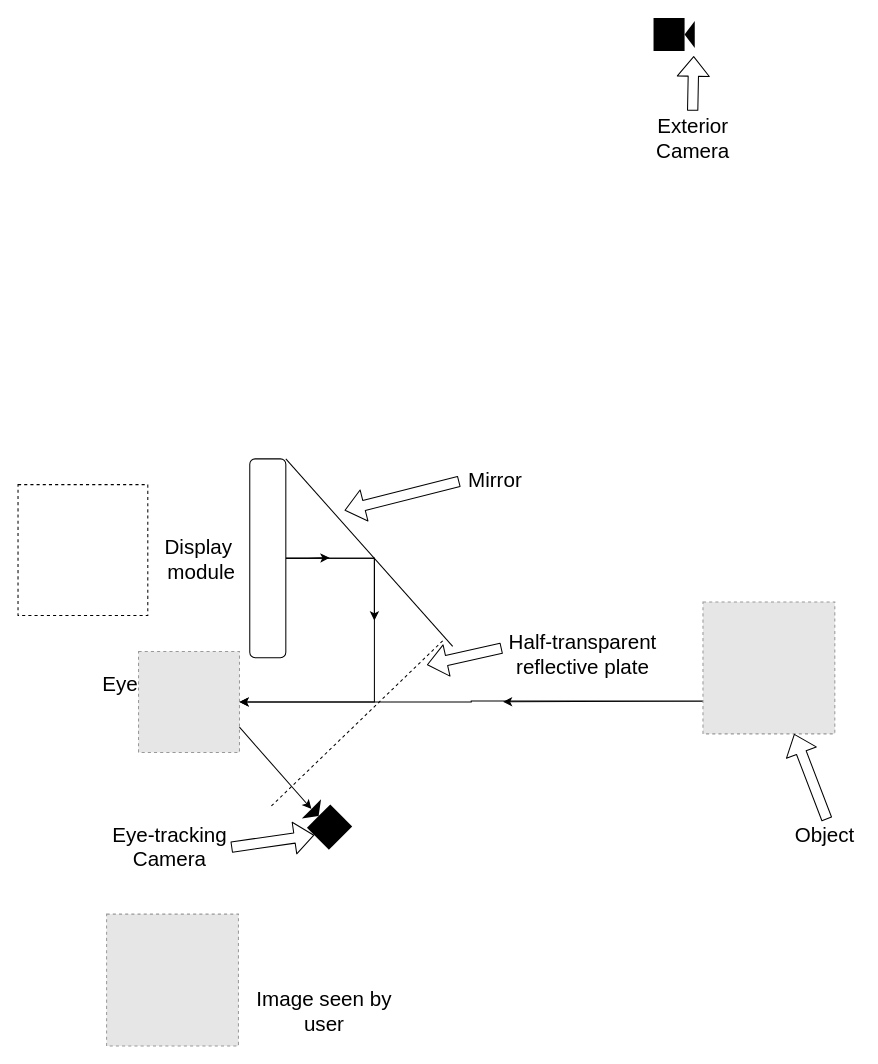
Above: capstone_design.drawio in Dawei-S/Da (draw.io), before the change. Source tidied: cells renumbered, new cells numbered last; positions are measured from the earlier drawing's top-left corner, leaving out a move shared by most shapes. Both pictures are drawn from the tidied source at 103%, with x=0, y=0 at pixel (18, 18). Pictures stored in the file or linked from it are replaced by grey dashed boxes.
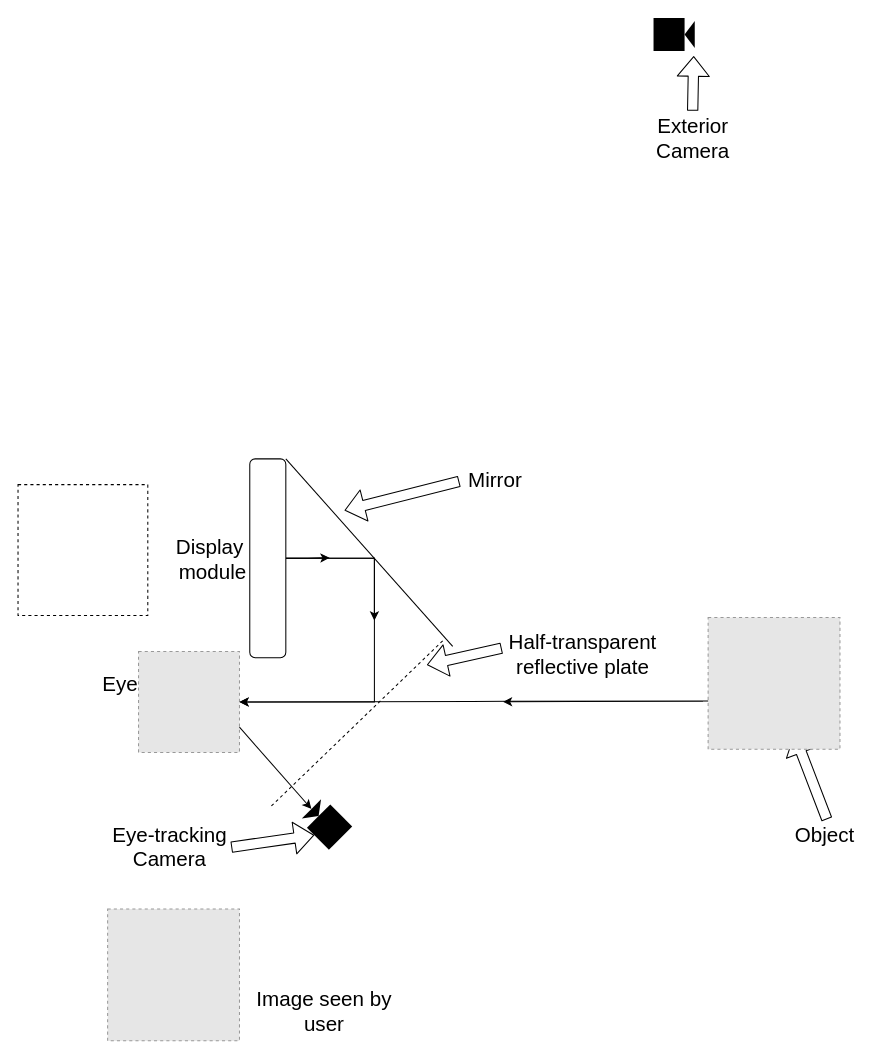
Above is the later version.

Unchanged cells that the change refers to:
```xml
<mxCell id="2" style="fillColor=#E6E6E6;strokeColor=#999999;dashed=1;html=1;verticalAlign=top;verticalLabelPosition=bottom;labelBackgroundColor=#ffffff;" parent="1" vertex="1">
  <mxGeometry x="117" y="615" width="98" height="98" as="geometry" />
</mxCell>
<mxCell id="25" value="Object" style="text;html=1;align=center;verticalAlign=middle;points=[];fontSize=20;" parent="1" vertex="1">
  <mxGeometry x="749" y="778" width="68" height="28" as="geometry" />
</mxCell>
```

The edit, as a diff of the source:
```diff
@@
-    <mxCell id="3" style="edgeStyle=orthogonalEdgeStyle;rounded=0;jettySize=auto;html=1;exitX=0;exitY=0.75;exitDx=0;exitDy=0;entryX=1;entryY=0.5;entryDx=0;entryDy=0;" parent="1" edge="1" source="5" target="2">
-      <mxGeometry relative="1" as="geometry" />
+    <mxCell id="3" style="edgeStyle=orthogonalEdgeStyle;rounded=0;jettySize=auto;html=1;exitX=0;exitY=0.75;exitDx=0;exitDy=0;entryX=1;entryY=0.5;entryDx=0;entryDy=0;" parent="1" edge="1" target="2">
+      <mxGeometry relative="1" as="geometry">
+        <mxPoint x="665" y="663" as="sourcePoint" />
+      </mxGeometry>
     </mxCell>
-    <mxCell id="4" style="edgeStyle=orthogonalEdgeStyle;rounded=0;jettySize=auto;html=1;exitX=0;exitY=0.75;exitDx=0;exitDy=0;" parent="1" edge="1" source="5">
+    <mxCell id="4" style="edgeStyle=orthogonalEdgeStyle;rounded=0;orthogonalLoop=1;jettySize=auto;html=1;exitX=0;exitY=0.75;exitDx=0;exitDy=0;" parent="1" edge="1">
       <mxGeometry relative="1" as="geometry">
+        <mxPoint x="665" y="663" as="sourcePoint" />
         <mxPoint x="470.8" y="663.9" as="targetPoint" />
         <Array as="points">
           <mxPoint x="673" y="663" />
         </Array>
       </mxGeometry>
     </mxCell>
-    <mxCell id="5" style="fillColor=#E6E6E6;strokeColor=#999999;dashed=1;html=1;verticalAlign=top;verticalLabelPosition=bottom;labelBackgroundColor=#ffffff;" parent="1" vertex="1">
-      <mxGeometry x="665" y="567" width="128" height="128" as="geometry" />
-    </mxCell>
@@
-    <mxCell id="15" style="fillColor=#E6E6E6;strokeColor=#999999;dashed=1;html=1;verticalAlign=top;verticalLabelPosition=bottom;labelBackgroundColor=#ffffff;" parent="1" vertex="1">
-      <mxGeometry x="86" y="870" width="128" height="128" as="geometry" />
-    </mxCell>
@@
     <mxCell id="17" value="Display&lt;br&gt;&amp;nbsp;module" style="text;html=1;align=center;verticalAlign=middle;fontSize=20;" parent="1" vertex="1">
-      <mxGeometry x="134" y="498.5" width="81" height="52" as="geometry" />
+      <mxGeometry x="145" y="498.5" width="81" height="52" as="geometry" />
     </mxCell>
@@
-    <mxCell id="26" style="shape=flexArrow;endArrow=classic;html=1;exitX=0.534;exitY=0;exitDx=0;exitDy=0;exitPerimeter=0;" parent="1" edge="1" source="25" target="5">
-      <mxGeometry relative="1" as="geometry" />
+    <mxCell id="26" style="shape=flexArrow;endArrow=classic;html=1;exitX=0.534;exitY=0;exitDx=0;exitDy=0;exitPerimeter=0;" parent="1" edge="1" source="25">
+      <mxGeometry relative="1" as="geometry">
+        <mxPoint x="753.5" y="695" as="targetPoint" />
+      </mxGeometry>
     </mxCell>
@@
+    <mxCell id="31" style="fillColor=#E6E6E6;strokeColor=#999999;dashed=1;html=1;verticalAlign=top;verticalLabelPosition=bottom;labelBackgroundColor=#ffffff;" parent="1" vertex="1">
+      <mxGeometry x="87" y="865" width="128" height="128" as="geometry" />
+    </mxCell>
+    <mxCell id="32" style="fillColor=#E6E6E6;strokeColor=#999999;dashed=1;html=1;verticalAlign=top;verticalLabelPosition=bottom;labelBackgroundColor=#ffffff;" parent="1" vertex="1">
+      <mxGeometry x="670" y="582" width="128" height="128" as="geometry" />
+    </mxCell>
```
